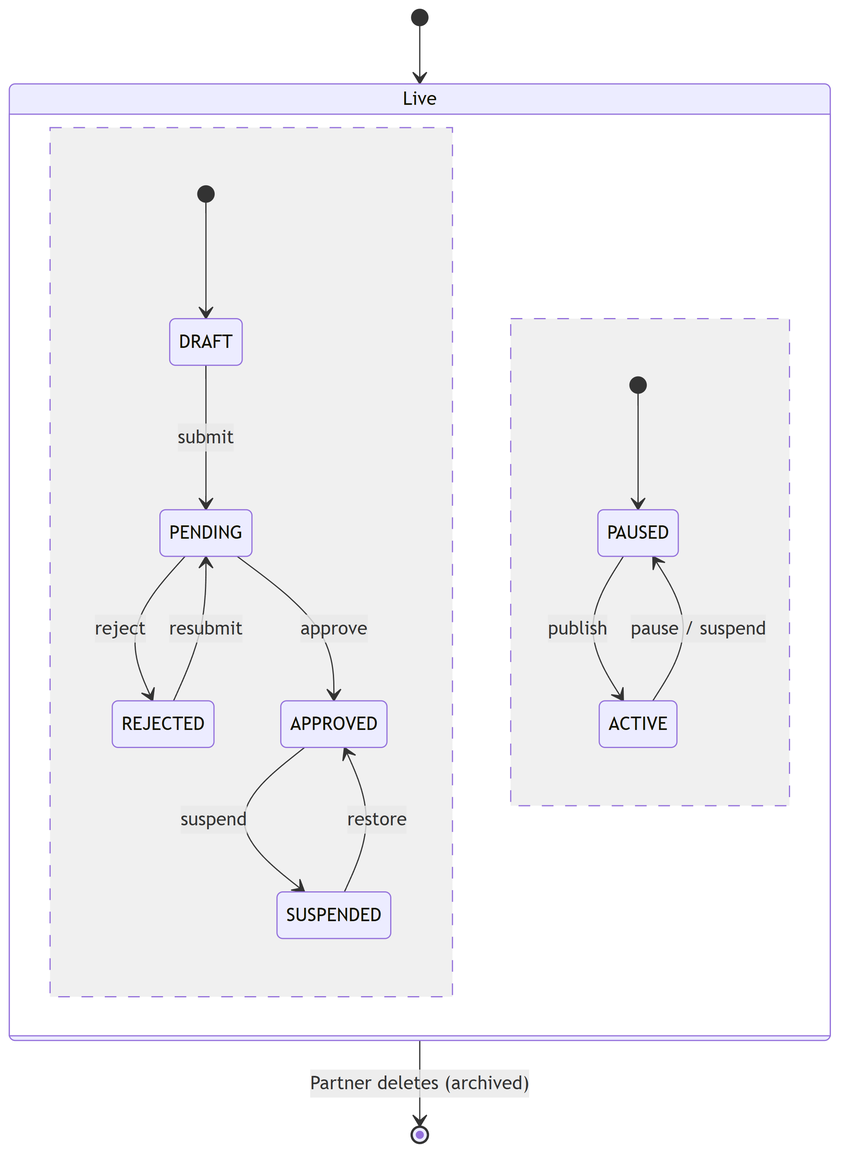
The Mermaid diagram docs/diagrams/module5/B2b_Attraction_orthogonal.png in SUMMER2026SE/swp391-rbl-project-team_5, before a commit. Its source is kept beside it as docs/diagrams/module5/B2b_Attraction_orthogonal.mmd. Source of this version:
```mermaid
stateDiagram-v2
    [*] --> Live
    state Live {
        direction TB
        [*] --> DRAFT
        DRAFT --> PENDING : submit
        REJECTED --> PENDING : resubmit
        PENDING --> APPROVED : approve
        PENDING --> REJECTED : reject
        APPROVED --> SUSPENDED : suspend
        SUSPENDED --> APPROVED : restore
        --
        [*] --> PAUSED
        PAUSED --> ACTIVE : publish
        ACTIVE --> PAUSED : pause / suspend
    }
    Live --> [*] : Partner deletes (archived)
```
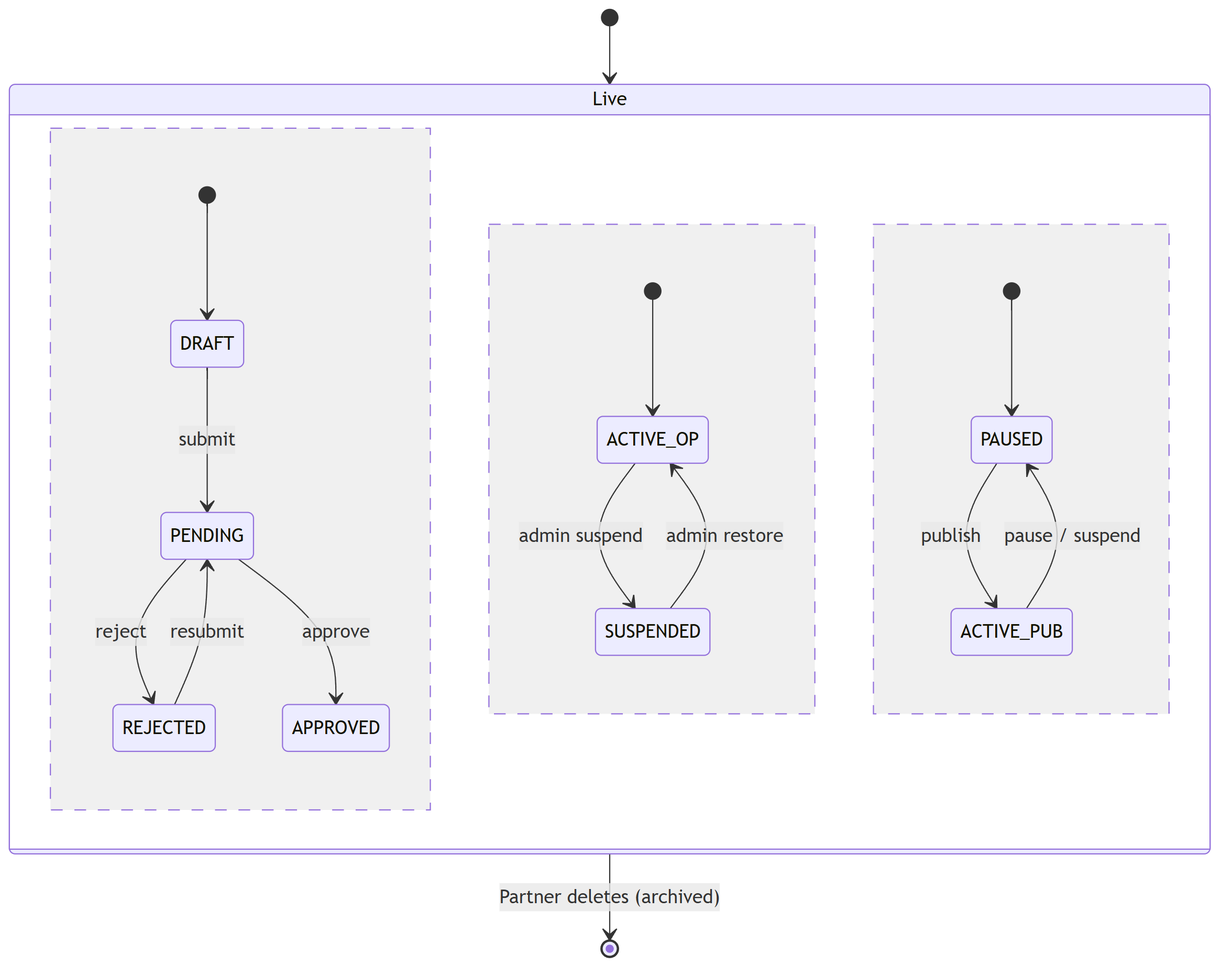
Later version of the same file.

Diff of the diagram source:
```diff
@@ -7,11 +7,13 @@
         REJECTED --> PENDING : resubmit
         PENDING --> APPROVED : approve
         PENDING --> REJECTED : reject
-        APPROVED --> SUSPENDED : suspend
-        SUSPENDED --> APPROVED : restore
+        --
+        [*] --> ACTIVE_OP
+        ACTIVE_OP --> SUSPENDED : admin suspend
+        SUSPENDED --> ACTIVE_OP : admin restore
         --
         [*] --> PAUSED
-        PAUSED --> ACTIVE : publish
-        ACTIVE --> PAUSED : pause / suspend
+        PAUSED --> ACTIVE_PUB : publish
+        ACTIVE_PUB --> PAUSED : pause / suspend
     }
     Live --> [*] : Partner deletes (archived)
```
